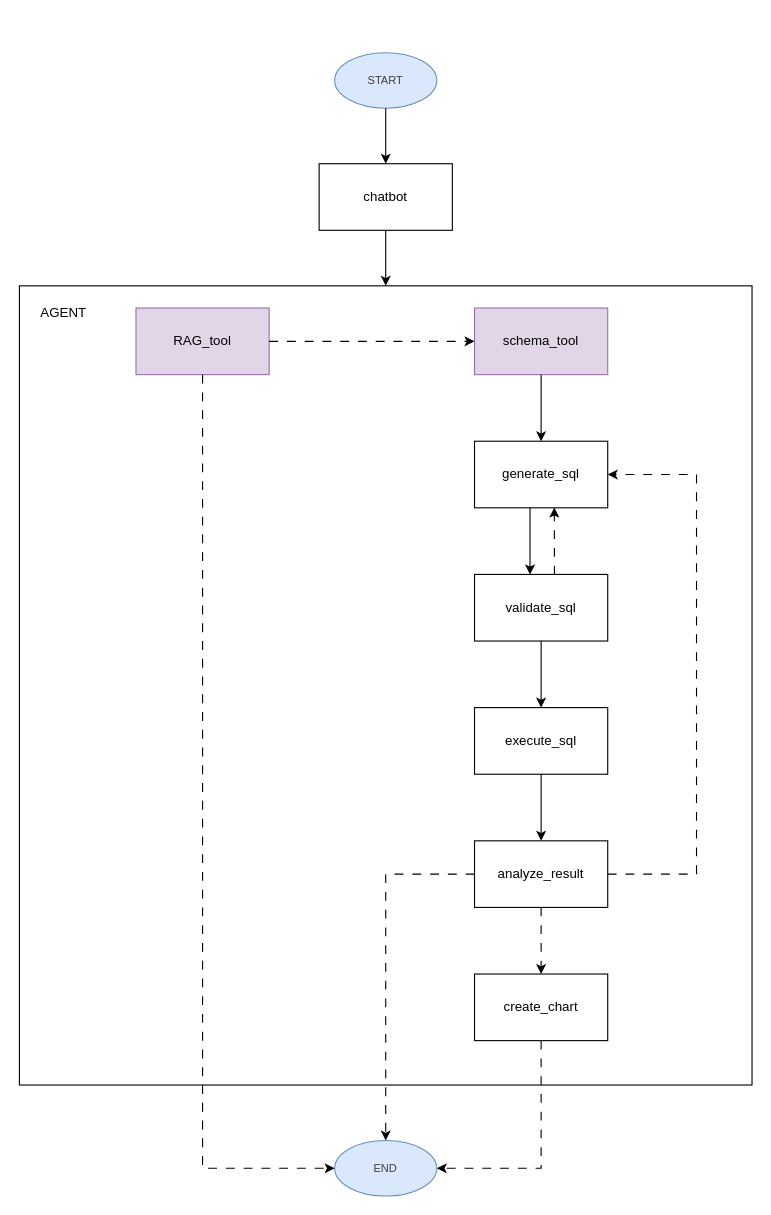
The draw.io diagram notebook/graph_diagram.drawio in Ifra-Inam/agentic-data-analyst, before the edit. Source tidied: cells renumbered, new cells numbered last; positions are measured from the earlier drawing's top-left corner, leaving out a move shared by most shapes. Both pictures are drawn from the tidied source at 111%, with x=0, y=0 at pixel (19, 52).
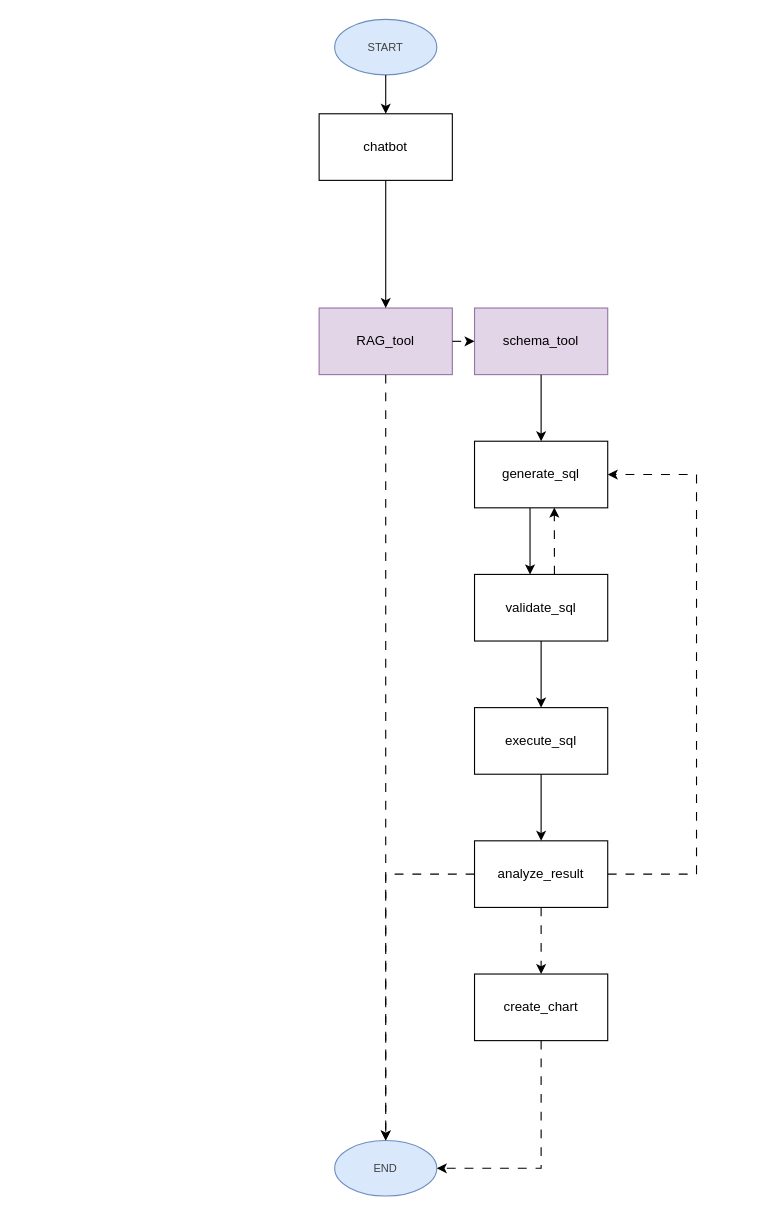
The same diagram, later.

The change refers to these unchanged cells:
```xml
<mxCell id="4" value="&lt;div&gt;&lt;span style=&quot;color: rgb(63, 63, 63); font-size: 10px; background-color: transparent;&quot;&gt;END&lt;/span&gt;&lt;/div&gt;" style="ellipse;whiteSpace=wrap;html=1;shapeInside=1;align=center;fillColor=#dae8fc;strokeColor=#6c8ebf;" parent="1" vertex="1">
  <mxGeometry x="284" y="980" width="92" height="50" as="geometry" />
</mxCell>
```

Change to the diagram source:
```diff
@@
     <mxCell id="2" value="&lt;div&gt;&lt;span style=&quot;color: rgb(63, 63, 63); font-size: 10px; background-color: transparent;&quot;&gt;START&lt;/span&gt;&lt;/div&gt;" style="ellipse;whiteSpace=wrap;html=1;shapeInside=1;align=center;fillColor=#dae8fc;strokeColor=#6c8ebf;" parent="1" vertex="1">
-      <mxGeometry x="284" width="92" height="50" as="geometry" />
+      <mxGeometry x="284" y="-30" width="92" height="50" as="geometry" />
     </mxCell>
-    <mxCell id="3" style="rounded=0;whiteSpace=wrap;html=1;align=left;" parent="1" vertex="1">
-      <mxGeometry y="210" width="660" height="720" as="geometry" />
-    </mxCell>
@@
-    <mxCell id="5" value="AGENT" style="text;html=1;whiteSpace=wrap;strokeColor=none;fillColor=none;align=center;verticalAlign=middle;rounded=0;" parent="1" vertex="1">
-      <mxGeometry x="10" y="220" width="60" height="30" as="geometry" />
-    </mxCell>
     <mxCell id="6" value="RAG_tool" style="rounded=0;whiteSpace=wrap;html=1;fillColor=#e1d5e7;strokeColor=#9673a6;" parent="1" vertex="1">
-      <mxGeometry x="105" y="230" width="120" height="60" as="geometry" />
+      <mxGeometry x="270" y="230" width="120" height="60" as="geometry" />
     </mxCell>
@@
-    <mxCell id="18" style="endArrow=classic;html=1;rounded=0;dashed=1;exitX=0.5;exitY=1;exitDx=0;exitDy=0;entryX=0;entryY=0.5;entryDx=0;entryDy=0;dashPattern=8 8;" parent="1" edge="1" source="6" target="4">
-      <mxGeometry relative="1" as="geometry">
-        <Array as="points">
-          <mxPoint x="165" y="1005" />
-        </Array>
-      </mxGeometry>
-    </mxCell>
     <mxCell id="19" value="chatbot" style="rounded=0;whiteSpace=wrap;html=1;" parent="1" vertex="1">
-      <mxGeometry x="270" y="100" width="120" height="60" as="geometry" />
+      <mxGeometry x="270" y="55" width="120" height="60" as="geometry" />
     </mxCell>
@@
-    <mxCell id="24" style="endArrow=classic;html=1;rounded=0;fontFamily=Helvetica;fontSize=12;fontColor=default;exitX=0.5;exitY=1;exitDx=0;exitDy=0;entryX=0.5;entryY=0;entryDx=0;entryDy=0;" parent="1" edge="1" source="19" target="3">
+    <mxCell id="24" style="endArrow=classic;html=1;rounded=0;fontFamily=Helvetica;fontSize=12;fontColor=default;exitX=0.5;exitY=1;exitDx=0;exitDy=0;entryX=0.5;entryY=0;entryDx=0;entryDy=0;" parent="1" edge="1" source="19" target="6">
       <mxGeometry relative="1" as="geometry" />
     </mxCell>
@@
+    <mxCell id="27" style="endArrow=classic;html=1;exitX=0.5;exitY=1;exitDx=0;exitDy=0;dashed=1;dashPattern=8 8;" parent="1" edge="1" source="6">
+      <mxGeometry relative="1" as="geometry">
+        <mxPoint x="330" y="980" as="targetPoint" />
+      </mxGeometry>
+    </mxCell>
```
